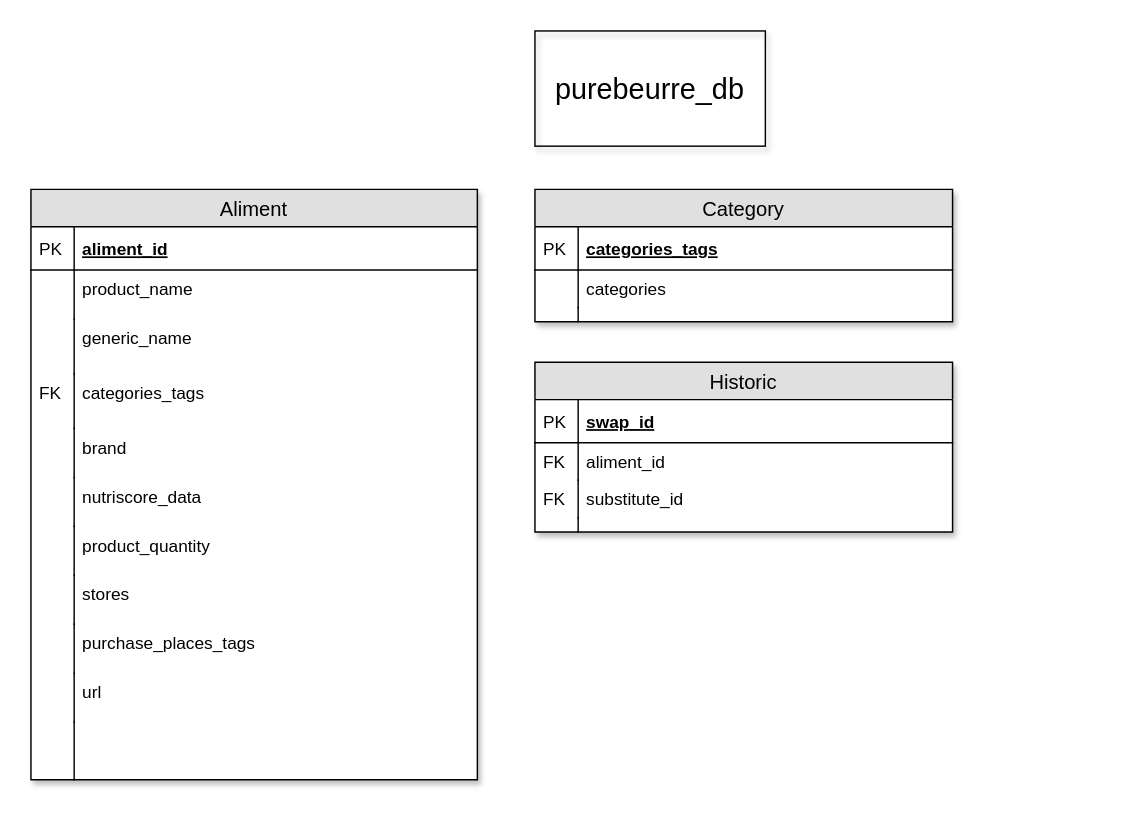
Before: P5_OpenFoodFacts.drawio in StephenAOGOLO/P5_OpenFoodFacts, a draw.io diagram. Source tidied: cells renumbered, new cells numbered last; positions are measured from the earlier drawing's top-left corner, leaving out a move shared by most shapes. Both pictures are drawn from the tidied source at 144%, with x=0, y=0 at pixel (30, 30).
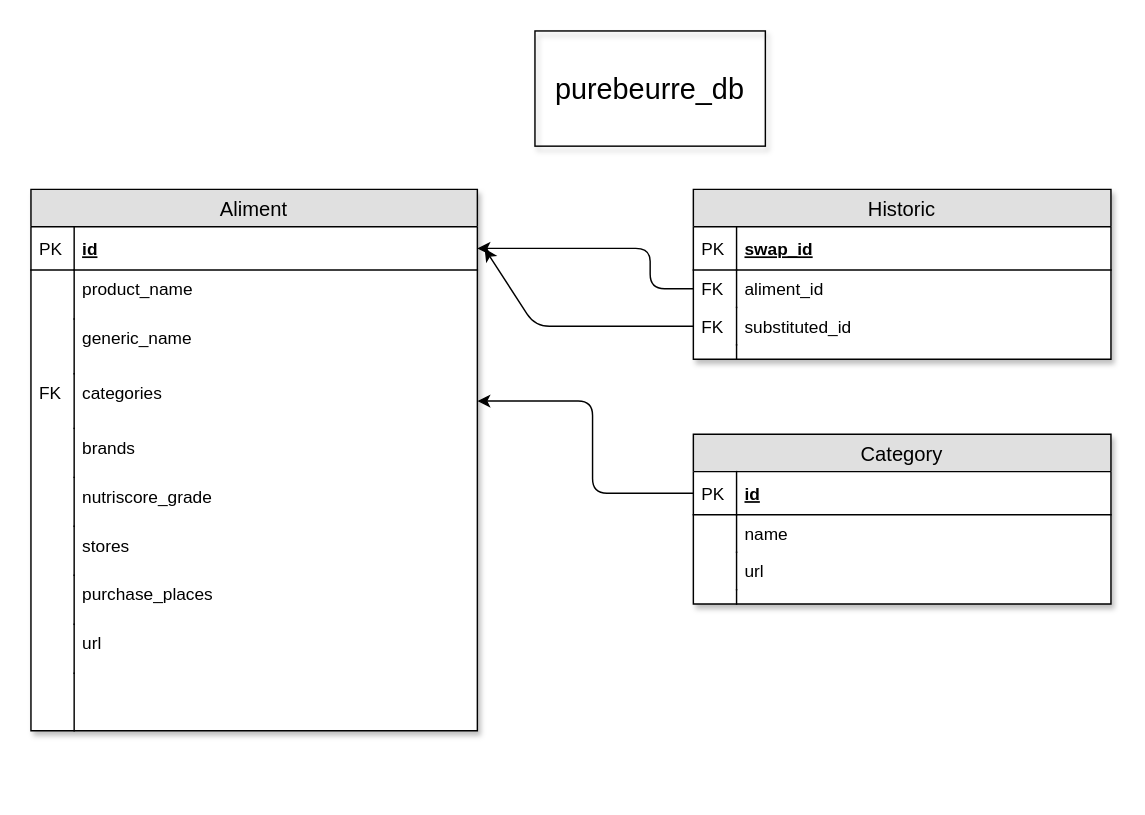
The same page after the edit.

The change refers to these unchanged cells:
```xml
<mxCell id="36" value="aliment_id" style="shape=partialRectangle;top=0;left=0;right=0;bottom=0;align=left;verticalAlign=top;fillColor=none;spacingLeft=34;spacingRight=4;overflow=hidden;points=[[0,0.5],[1,0.5]];portConstraint=eastwest;fontSize=12;" parent="33" vertex="1">
  <mxGeometry y="56" width="290" height="26" as="geometry" />
</mxCell>
```

What changed in the source:
```diff
@@
     <mxCell id="3" value="Aliment" style="swimlane;fontStyle=0;horizontal=1;startSize=26;fillColor=#e0e0e0;swimlaneFillColor=#ffffff;align=center;fontSize=14;shadow=1;strokeColor=#000000;" parent="1" vertex="1">
-      <mxGeometry y="110" width="310" height="410" as="geometry" />
+      <mxGeometry y="110" width="310" height="376" as="geometry" />
     </mxCell>
-    <mxCell id="4" value="aliment_id" style="shape=partialRectangle;top=0;left=0;right=0;bottom=1;align=left;verticalAlign=middle;fillColor=none;spacingLeft=34;spacingRight=4;overflow=hidden;points=[[0,0.5],[1,0.5]];portConstraint=eastwest;fontStyle=5;fontSize=12;" parent="3" vertex="1">
+    <mxCell id="4" value="id" style="shape=partialRectangle;top=0;left=0;right=0;bottom=1;align=left;verticalAlign=middle;fillColor=none;spacingLeft=34;spacingRight=4;overflow=hidden;points=[[0,0.5],[1,0.5]];portConstraint=eastwest;fontStyle=5;fontSize=12;" parent="3" vertex="1">
       <mxGeometry y="26" width="310" height="30" as="geometry" />
     </mxCell>
@@
-    <mxCell id="10" value="categories_tags" style="shape=partialRectangle;top=0;left=0;right=0;bottom=0;align=left;verticalAlign=top;fillColor=none;spacingLeft=34;spacingRight=4;overflow=hidden;points=[[0,0.5],[1,0.5]];portConstraint=eastwest;fontSize=12;" parent="3" vertex="1">
+    <mxCell id="10" value="categories" style="shape=partialRectangle;top=0;left=0;right=0;bottom=0;align=left;verticalAlign=top;fillColor=none;spacingLeft=34;spacingRight=4;overflow=hidden;points=[[0,0.5],[1,0.5]];portConstraint=eastwest;fontSize=12;" parent="3" vertex="1">
       <mxGeometry y="128" width="310" height="38" as="geometry" />
     </mxCell>
@@
-    <mxCell id="12" value="brand" style="shape=partialRectangle;top=0;left=0;right=0;bottom=0;align=left;verticalAlign=top;fillColor=none;spacingLeft=34;spacingRight=4;overflow=hidden;fontSize=12;" parent="3" vertex="1">
+    <mxCell id="12" value="brands" style="shape=partialRectangle;top=0;left=0;right=0;bottom=0;align=left;verticalAlign=top;fillColor=none;spacingLeft=34;spacingRight=4;overflow=hidden;fontSize=12;" parent="3" vertex="1">
       <mxGeometry y="166" width="310" height="34" as="geometry" />
     </mxCell>
@@
-    <mxCell id="14" value="nutriscore_data" style="shape=partialRectangle;top=0;left=0;right=0;bottom=0;align=left;verticalAlign=top;fillColor=none;spacingLeft=34;spacingRight=4;overflow=hidden;fontSize=12;" parent="3" vertex="1">
+    <mxCell id="14" value="nutriscore_grade" style="shape=partialRectangle;top=0;left=0;right=0;bottom=0;align=left;verticalAlign=top;fillColor=none;spacingLeft=34;spacingRight=4;overflow=hidden;fontSize=12;" parent="3" vertex="1">
       <mxGeometry y="200" width="310" height="34" as="geometry" />
     </mxCell>
@@
-    <mxCell id="16" value="product_quantity" style="shape=partialRectangle;top=0;left=0;right=0;bottom=0;align=left;verticalAlign=top;fillColor=none;spacingLeft=34;spacingRight=4;overflow=hidden;fontSize=12;" parent="3" vertex="1">
-      <mxGeometry y="234" width="310" height="34" as="geometry" />
-    </mxCell>
-    <mxCell id="17" style="shape=partialRectangle;top=0;left=0;bottom=0;fillColor=none;align=left;verticalAlign=top;spacingLeft=4;spacingRight=4;overflow=hidden;fontSize=12;" parent="16" vertex="1">
-      <mxGeometry width="30" height="34" as="geometry" />
-    </mxCell>
     <mxCell id="18" value="stores" style="shape=partialRectangle;top=0;left=0;right=0;bottom=0;align=left;verticalAlign=top;fillColor=none;spacingLeft=34;spacingRight=4;overflow=hidden;fontSize=12;" parent="3" vertex="1">
-      <mxGeometry y="268" width="310" height="34" as="geometry" />
+      <mxGeometry y="234" width="310" height="34" as="geometry" />
     </mxCell>
@@
-    <mxCell id="20" value="purchase_places_tags" style="shape=partialRectangle;top=0;left=0;right=0;bottom=0;align=left;verticalAlign=top;fillColor=none;spacingLeft=34;spacingRight=4;overflow=hidden;fontSize=12;" parent="3" vertex="1">
-      <mxGeometry y="302" width="310" height="34" as="geometry" />
+    <mxCell id="20" value="purchase_places" style="shape=partialRectangle;top=0;left=0;right=0;bottom=0;align=left;verticalAlign=top;fillColor=none;spacingLeft=34;spacingRight=4;overflow=hidden;fontSize=12;" parent="3" vertex="1">
+      <mxGeometry y="268" width="310" height="34" as="geometry" />
     </mxCell>
@@
     <mxCell id="22" value="url" style="shape=partialRectangle;top=0;left=0;right=0;bottom=0;align=left;verticalAlign=top;fillColor=none;spacingLeft=34;spacingRight=4;overflow=hidden;fontSize=12;" parent="3" vertex="1">
-      <mxGeometry y="336" width="310" height="34" as="geometry" />
+      <mxGeometry y="302" width="310" height="34" as="geometry" />
     </mxCell>
@@
     <mxCell id="24" style="shape=partialRectangle;top=0;left=0;right=0;bottom=0;align=left;verticalAlign=top;fillColor=none;spacingLeft=34;spacingRight=4;overflow=hidden;fontSize=12;" parent="3" vertex="1">
-      <mxGeometry y="370" width="310" height="40" as="geometry" />
+      <mxGeometry y="336" width="310" height="40" as="geometry" />
     </mxCell>
@@
     <mxCell id="26" value="Category" style="swimlane;fontStyle=0;horizontal=1;startSize=26;fillColor=#e0e0e0;swimlaneFillColor=#ffffff;align=center;fontSize=14;shadow=1;strokeColor=#000000;" parent="1" vertex="1">
-      <mxGeometry x="350" y="110" width="290" height="92" as="geometry" />
+      <mxGeometry x="460" y="280" width="290" height="118" as="geometry" />
     </mxCell>
-    <mxCell id="27" value="categories_tags" style="shape=partialRectangle;top=0;left=0;right=0;bottom=1;align=left;verticalAlign=middle;fillColor=none;spacingLeft=34;spacingRight=4;overflow=hidden;points=[[0,0.5],[1,0.5]];portConstraint=eastwest;fontStyle=5;fontSize=12;" parent="26" vertex="1">
+    <mxCell id="27" value="id" style="shape=partialRectangle;top=0;left=0;right=0;bottom=1;align=left;verticalAlign=middle;fillColor=none;spacingLeft=34;spacingRight=4;overflow=hidden;points=[[0,0.5],[1,0.5]];portConstraint=eastwest;fontStyle=5;fontSize=12;" parent="26" vertex="1">
       <mxGeometry y="26" width="290" height="30" as="geometry" />
     </mxCell>
@@
-    <mxCell id="29" value="categories" style="shape=partialRectangle;top=0;left=0;right=0;bottom=0;align=left;verticalAlign=top;fillColor=none;spacingLeft=34;spacingRight=4;overflow=hidden;fontSize=12;" parent="26" vertex="1">
+    <mxCell id="29" value="name" style="shape=partialRectangle;top=0;left=0;right=0;bottom=0;align=left;verticalAlign=top;fillColor=none;spacingLeft=34;spacingRight=4;overflow=hidden;fontSize=12;" parent="26" vertex="1">
       <mxGeometry y="56" width="290" height="26" as="geometry" />
     </mxCell>
@@
+    <mxCell id="42" value="url" style="shape=partialRectangle;top=0;left=0;right=0;bottom=0;align=left;verticalAlign=top;fillColor=none;spacingLeft=34;spacingRight=4;overflow=hidden;fontSize=12;" parent="26" vertex="1">
+      <mxGeometry y="82" width="290" height="26" as="geometry" />
+    </mxCell>
+    <mxCell id="43" style="shape=partialRectangle;top=0;left=0;bottom=0;fillColor=none;align=left;verticalAlign=top;spacingLeft=4;spacingRight=4;overflow=hidden;fontSize=12;" parent="42" vertex="1">
+      <mxGeometry width="30" height="26" as="geometry" />
+    </mxCell>
     <mxCell id="31" style="shape=partialRectangle;top=0;left=0;right=0;bottom=0;align=left;verticalAlign=top;fillColor=none;spacingLeft=34;spacingRight=4;overflow=hidden;fontSize=12;" parent="26" vertex="1">
-      <mxGeometry y="82" width="290" height="10" as="geometry" />
+      <mxGeometry y="108" width="290" height="10" as="geometry" />
     </mxCell>
@@
     <mxCell id="33" value="Historic" style="swimlane;fontStyle=0;horizontal=1;startSize=26;fillColor=#e0e0e0;swimlaneFillColor=#ffffff;align=center;fontSize=14;shadow=1;strokeColor=#000000;" parent="1" vertex="1">
-      <mxGeometry x="350" y="230" width="290" height="118" as="geometry" />
+      <mxGeometry x="460" y="110" width="290" height="118" as="geometry" />
     </mxCell>
@@
-    <mxCell id="38" value="substitute_id" style="shape=partialRectangle;top=0;left=0;right=0;bottom=0;align=left;verticalAlign=top;fillColor=none;spacingLeft=34;spacingRight=4;overflow=hidden;points=[[0,0.5],[1,0.5]];portConstraint=eastwest;fontSize=12;" parent="33" vertex="1">
+    <mxCell id="38" value="substituted_id" style="shape=partialRectangle;top=0;left=0;right=0;bottom=0;align=left;verticalAlign=top;fillColor=none;spacingLeft=34;spacingRight=4;overflow=hidden;points=[[0,0.5],[1,0.5]];portConstraint=eastwest;fontSize=12;" parent="33" vertex="1">
       <mxGeometry y="82" width="290" height="26" as="geometry" />
     </mxCell>
@@
+    <mxCell id="44" style="endArrow=classic;html=1;exitX=0;exitY=0.5;exitDx=0;exitDy=0;entryX=1;entryY=0.5;entryDx=0;entryDy=0;" parent="1" edge="1" source="36" target="4">
+      <mxGeometry relative="1" as="geometry">
+        <Array as="points">
+          <mxPoint x="430" y="179" />
+          <mxPoint x="430" y="151" />
+        </Array>
+      </mxGeometry>
+    </mxCell>
+    <mxCell id="45" style="endArrow=classic;html=1;exitX=0;exitY=0.5;exitDx=0;exitDy=0;" parent="1" edge="1" source="38">
+      <mxGeometry relative="1" as="geometry">
+        <mxPoint x="315" y="151" as="targetPoint" />
+        <Array as="points">
+          <mxPoint x="350" y="205" />
+        </Array>
+      </mxGeometry>
+    </mxCell>
+    <mxCell id="46" style="endArrow=classic;html=1;exitX=0;exitY=0.5;exitDx=0;exitDy=0;entryX=1;entryY=0.5;entryDx=0;entryDy=0;" parent="1" edge="1" source="27" target="10">
+      <mxGeometry relative="1" as="geometry">
+        <Array as="points">
+          <mxPoint x="390" y="321" />
+          <mxPoint x="390" y="257" />
+        </Array>
+      </mxGeometry>
+    </mxCell>
```
